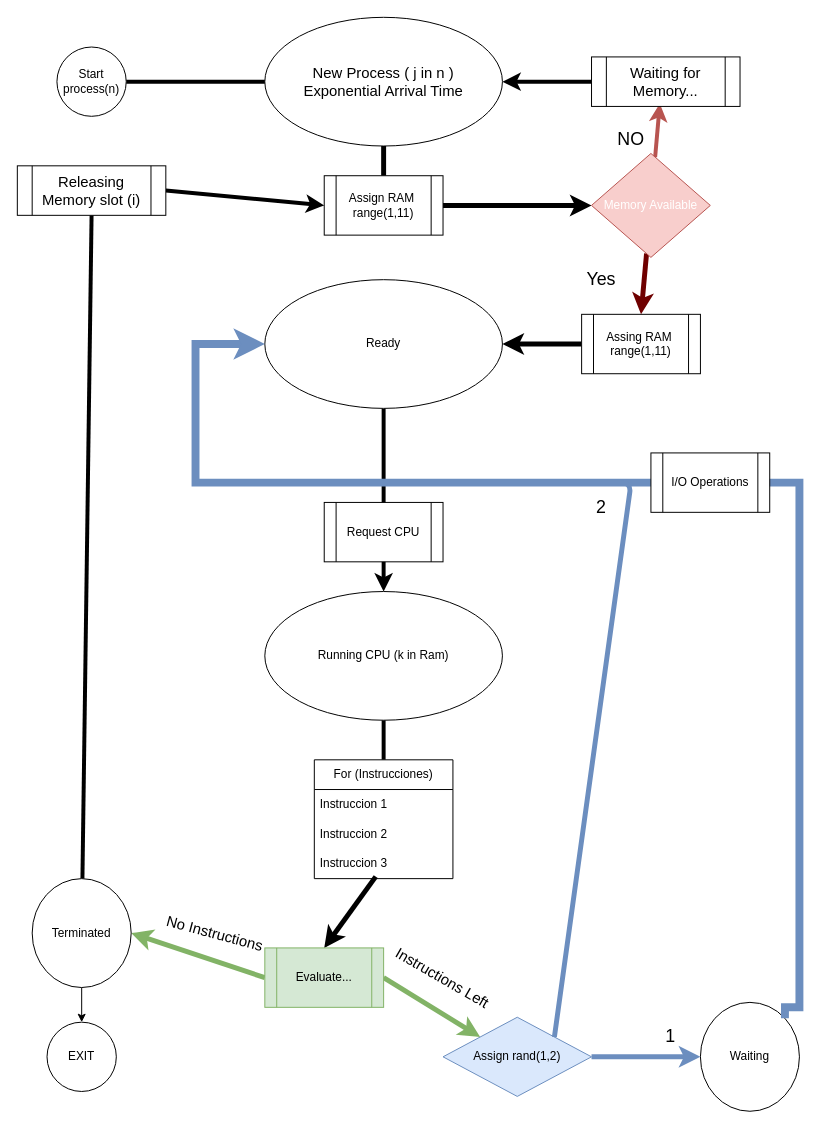
Earlier version of the draw.io diagram hojatrabajo4/Analysis/diagram.drawio (adrianArimany/CC2016_Hojas_trabajos). Source tidied: cells renumbered, new cells numbered last; positions are measured from the earlier drawing's top-left corner, leaving out a move shared by most shapes. Both pictures are drawn from the tidied source at 99%, with x=0, y=0 at pixel (17, 17).
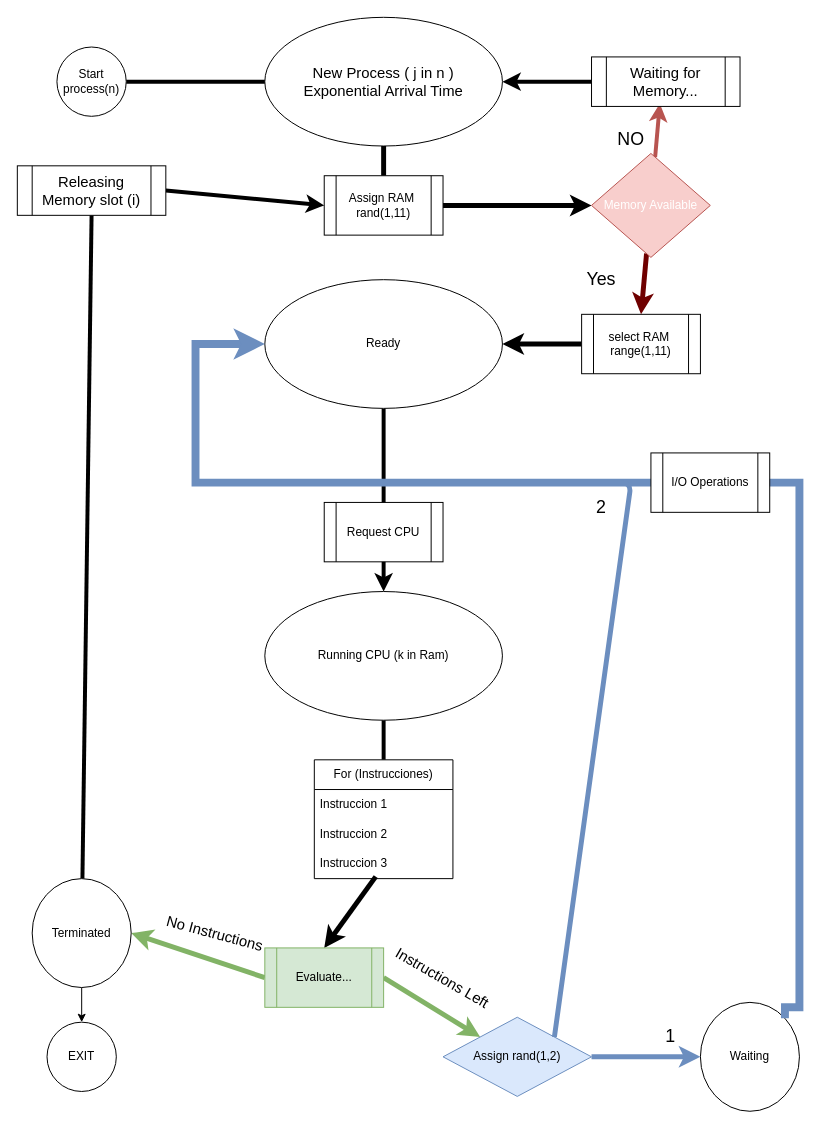
After the change.

Change to the diagram source:
```diff
@@
-    <mxCell id="10" value="Assing RAM&amp;nbsp;&lt;br&gt;range(1,11)" style="shape=process;whiteSpace=wrap;html=1;backgroundOutline=1;" parent="1" vertex="1">
+    <mxCell id="10" value="select RAM&amp;nbsp;&lt;br&gt;range(1,11)" style="shape=process;whiteSpace=wrap;html=1;backgroundOutline=1;" parent="1" vertex="1">
       <mxGeometry x="570" y="300" width="120" height="60" as="geometry" />
     </mxCell>
@@
-    <mxCell id="25" value="Assign RAM&amp;nbsp;&lt;br&gt;range(1,11)" style="shape=process;whiteSpace=wrap;html=1;backgroundOutline=1;" parent="1" vertex="1">
+    <mxCell id="25" value="Assign RAM&amp;nbsp;&lt;br&gt;rand(1,11)" style="shape=process;whiteSpace=wrap;html=1;backgroundOutline=1;" parent="1" vertex="1">
       <mxGeometry x="310" y="160" width="120" height="60" as="geometry" />
     </mxCell>
```
